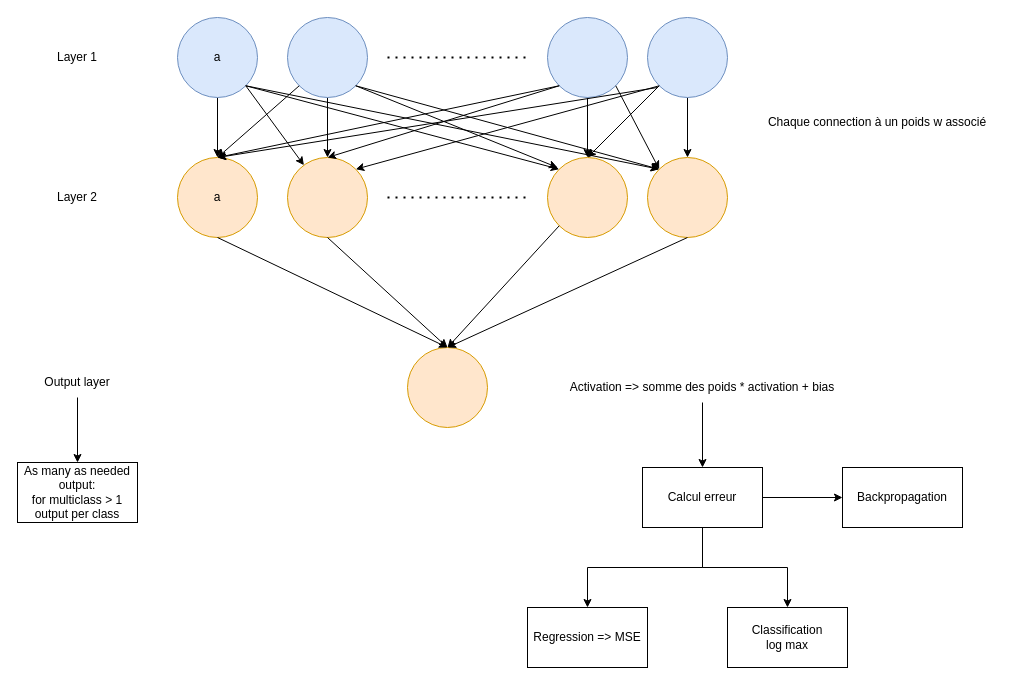
The draw.io diagram reseau_neurone.drawio in RaphaelBouvet/memos_ml, before the edit. Source tidied: cells renumbered, new cells numbered last; positions are measured from the earlier drawing's top-left corner, leaving out a move shared by most shapes. Both pictures are drawn from the tidied source at 100%, with x=0, y=0 at pixel (17, 17).
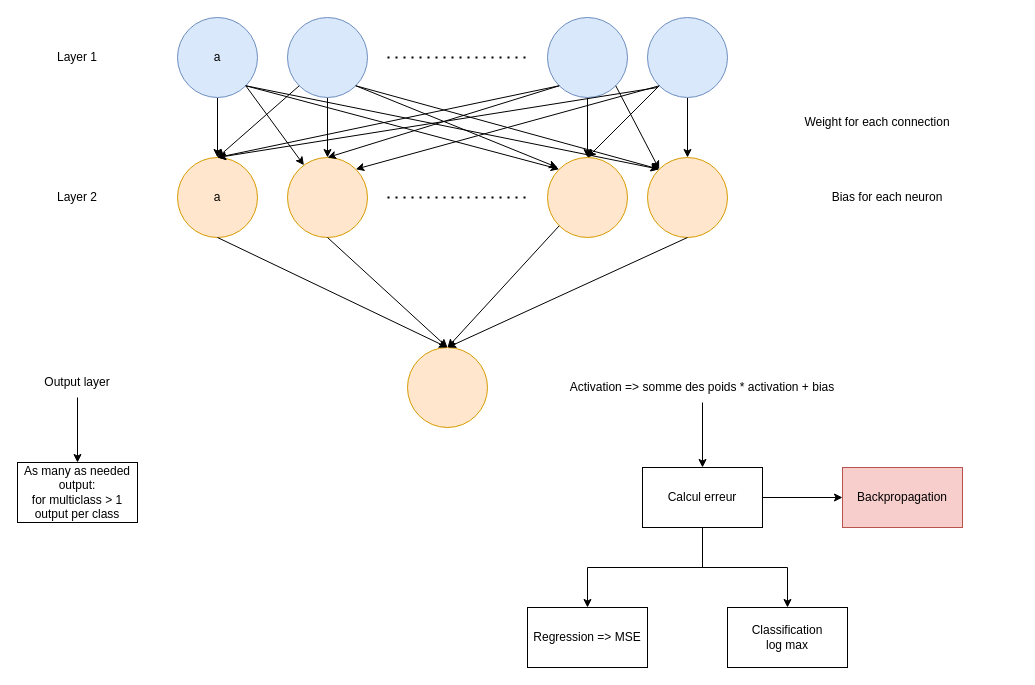
After the change.

The edit, as a diff of the source:
```diff
@@
-    <mxCell id="37" value="Chaque connection à un poids w associé" style="text;html=1;strokeColor=none;fillColor=none;align=center;verticalAlign=middle;whiteSpace=wrap;rounded=0;" parent="1" vertex="1">
+    <mxCell id="37" value="Weight for each connection" style="text;html=1;strokeColor=none;fillColor=none;align=center;verticalAlign=middle;whiteSpace=wrap;rounded=0;" parent="1" vertex="1">
       <mxGeometry x="730" y="90" width="260" height="30" as="geometry" />
     </mxCell>
@@
-    <mxCell id="44" value="Backpropagation" style="whiteSpace=wrap;html=1;" parent="1" vertex="1">
+    <mxCell id="44" value="Backpropagation" style="whiteSpace=wrap;html=1;fillColor=#f8cecc;strokeColor=#b85450;" parent="1" vertex="1">
       <mxGeometry x="825" y="450" width="120" height="60" as="geometry" />
     </mxCell>
@@
+    <mxCell id="48" value="Bias for each neuron" style="text;html=1;strokeColor=none;fillColor=none;align=center;verticalAlign=middle;whiteSpace=wrap;rounded=0;" parent="1" vertex="1">
+      <mxGeometry x="740" y="165" width="260" height="30" as="geometry" />
+    </mxCell>
```
